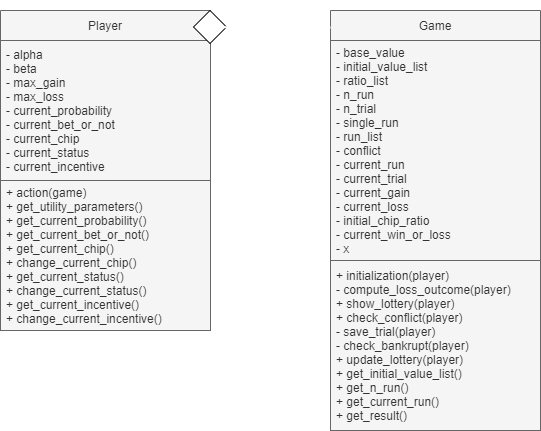
Above: UML diagram/simulation_UML_case_diagram.drawio.png in hsulab322/EDP_Simulation (draw.io), before the change. Source tidied: cells renumbered, new cells last; positions are measured from the earlier drawing's top-left corner, leaving out a move shared by most shapes.
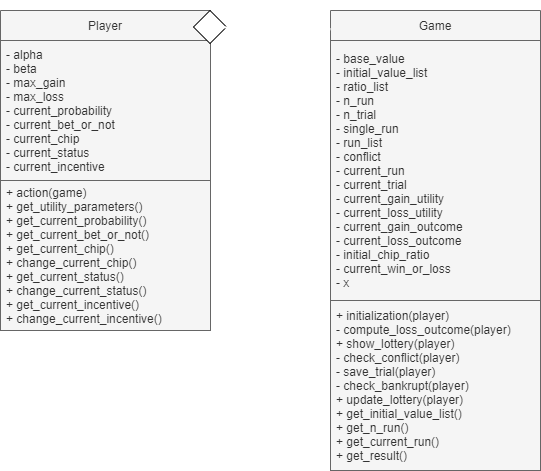
The same file after the commit.

Commit message:
Rename "current_gain" & "current_loss" as "current_gain_outcome & "current_loss_outcome". Add attributes: "current_gain_utility" & "current_loss_utility"

Change to the diagram source:
```diff
@@ -12,13 +12,13 @@
       <mxGeometry y="170" width="210" height="150" as="geometry" />
     </mxCell>
     <mxCell id="5" value="Game" style="swimlane;fontStyle=0;horizontal=1;startSize=30;fillColor=#f5f5f5;strokeColor=#666666;fontColor=#333333;" parent="1" vertex="1">
-      <mxGeometry x="330" y="10" width="210" height="420" as="geometry" />
+      <mxGeometry x="330" y="10" width="210" height="460" as="geometry" />
     </mxCell>
-    <mxCell id="6" value="- base_value&#10;- initial_value_list&#10;- ratio_list&#10;- n_run&#10;- n_trial&#10;- single_run&#10;- run_list&#10;- conflict&#10;- current_run&#10;- current_trial&#10;- current_gain&#10;- current_loss&#10;- initial_chip_ratio&#10;- current_win_or_loss&#10;- x" style="text;strokeColor=#666666;fillColor=#f5f5f5;align=left;verticalAlign=middle;spacingLeft=4;spacingRight=4;overflow=hidden;fontColor=#333333;" parent="5" vertex="1">
-      <mxGeometry y="30" width="210" height="220" as="geometry" />
+    <mxCell id="6" value="- base_value&#10;- initial_value_list&#10;- ratio_list&#10;- n_run&#10;- n_trial&#10;- single_run&#10;- run_list&#10;- conflict&#10;- current_run&#10;- current_trial&#10;- current_gain_utility&#10;- current_loss_utility&#10;- current_gain_outcome&#10;- current_loss_outcome&#10;- initial_chip_ratio&#10;- current_win_or_loss&#10;- x" style="text;strokeColor=#666666;fillColor=#f5f5f5;align=left;verticalAlign=middle;spacingLeft=4;spacingRight=4;overflow=hidden;fontColor=#333333;" parent="5" vertex="1">
+      <mxGeometry y="30" width="210" height="260" as="geometry" />
     </mxCell>
-    <mxCell id="7" value="+ initialization(player)&#10;- compute_loss_outcome(player)&#10;+ show_lottery(player)&#10;+ check_conflict(player)&#10;- save_trial(player)&#10;- check_bankrupt(player)&#10;+ update_lottery(player)&#10;+ get_initial_value_list()&#10;+ get_n_run()&#10;+ get_current_run()&#10;+ get_result()" style="text;strokeColor=#666666;fillColor=#f5f5f5;align=left;verticalAlign=middle;spacingLeft=4;spacingRight=4;overflow=hidden;fontColor=#333333;" parent="5" vertex="1">
-      <mxGeometry y="250" width="210" height="170" as="geometry" />
+    <mxCell id="7" value="+ initialization(player)&#10;- compute_loss_outcome(player)&#10;+ show_lottery(player)&#10;- check_conflict(player)&#10;- save_trial(player)&#10;- check_bankrupt(player)&#10;+ update_lottery(player)&#10;+ get_initial_value_list()&#10;+ get_n_run()&#10;+ get_current_run()&#10;+ get_result()" style="text;strokeColor=#666666;fillColor=#f5f5f5;align=left;verticalAlign=middle;spacingLeft=4;spacingRight=4;overflow=hidden;fontColor=#333333;" parent="5" vertex="1">
+      <mxGeometry y="290" width="210" height="170" as="geometry" />
     </mxCell>
     <mxCell id="8" style="rhombus;whiteSpace=wrap;html=1;fillColor=#FFFFFF;strokeColor=#000000;" parent="1" vertex="1">
       <mxGeometry x="193" y="10" width="33" height="33" as="geometry" />
```
